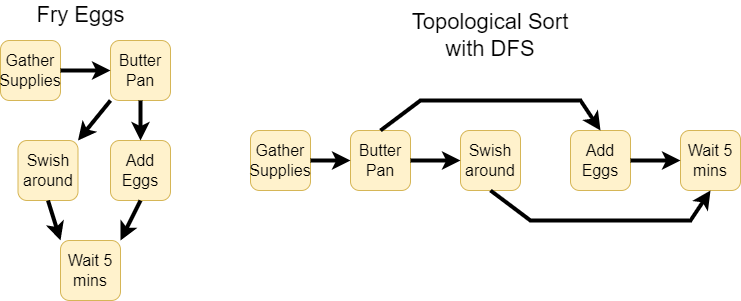
Earlier version of the draw.io export images/DAG.png (azavalny/data-structures-algorithms). Source tidied: cells renumbered, new cells last; positions are measured from the earlier drawing's top-left corner, leaving out a move shared by most shapes. Its diagram source:
```xml
<mxGraphModel>
  <root>
    <mxCell id="0" />
    <mxCell id="1" parent="0" />
    <mxCell id="2" value="&lt;font style=&quot;font-size: 16px;&quot;&gt;Butter Pan&lt;/font&gt;" style="rounded=1;whiteSpace=wrap;html=1;fillColor=#fff2cc;strokeColor=#d6b656;" parent="1" vertex="1">
      <mxGeometry x="110" y="40" width="60" height="60" as="geometry" />
    </mxCell>
    <mxCell id="3" value="&lt;font style=&quot;font-size: 22px;&quot;&gt;Fry Eggs&lt;/font&gt;" style="text;html=1;strokeColor=none;fillColor=none;align=center;verticalAlign=middle;whiteSpace=wrap;rounded=0;" parent="1" vertex="1">
      <mxGeometry x="17.5" width="125" height="30" as="geometry" />
    </mxCell>
    <mxCell id="4" value="&lt;span style=&quot;font-size: 16px;&quot;&gt;Add Eggs&lt;br&gt;&lt;/span&gt;" style="rounded=1;whiteSpace=wrap;html=1;fillColor=#fff2cc;strokeColor=#d6b656;" parent="1" vertex="1">
      <mxGeometry x="110" y="140" width="60" height="60" as="geometry" />
    </mxCell>
    <mxCell id="5" value="&lt;font style=&quot;font-size: 16px;&quot;&gt;Swish around&lt;/font&gt;" style="rounded=1;whiteSpace=wrap;html=1;fillColor=#fff2cc;strokeColor=#d6b656;" parent="1" vertex="1">
      <mxGeometry x="17.5" y="140" width="60" height="60" as="geometry" />
    </mxCell>
    <mxCell id="6" value="&lt;font style=&quot;font-size: 16px;&quot;&gt;Wait 5 mins&lt;/font&gt;" style="rounded=1;whiteSpace=wrap;html=1;fillColor=#fff2cc;strokeColor=#d6b656;" parent="1" vertex="1">
      <mxGeometry x="60" y="240" width="60" height="60" as="geometry" />
    </mxCell>
    <mxCell id="7" value="&lt;font style=&quot;font-size: 16px;&quot;&gt;Gather Supplies&lt;/font&gt;" style="rounded=1;whiteSpace=wrap;html=1;fillColor=#fff2cc;strokeColor=#d6b656;" parent="1" vertex="1">
      <mxGeometry y="40" width="60" height="60" as="geometry" />
    </mxCell>
    <mxCell id="8" style="endArrow=classic;html=1;rounded=0;exitX=0.5;exitY=1;exitDx=0;exitDy=0;entryX=0.5;entryY=0;entryDx=0;entryDy=0;strokeWidth=4;" parent="1" edge="1" source="2" target="4">
      <mxGeometry relative="1" as="geometry" />
    </mxCell>
    <mxCell id="9" style="endArrow=classic;html=1;rounded=0;exitX=1;exitY=0.5;exitDx=0;exitDy=0;strokeWidth=4;entryX=0;entryY=0.5;entryDx=0;entryDy=0;" parent="1" edge="1" source="7" target="2">
      <mxGeometry relative="1" as="geometry" />
    </mxCell>
    <mxCell id="10" style="endArrow=classic;html=1;rounded=0;exitX=0;exitY=1;exitDx=0;exitDy=0;entryX=1;entryY=0;entryDx=0;entryDy=0;strokeWidth=4;" parent="1" edge="1" source="2" target="5">
      <mxGeometry relative="1" as="geometry" />
    </mxCell>
    <mxCell id="11" style="endArrow=classic;html=1;rounded=0;exitX=0.5;exitY=1;exitDx=0;exitDy=0;entryX=1;entryY=0;entryDx=0;entryDy=0;strokeWidth=4;" parent="1" edge="1" source="4" target="6">
      <mxGeometry relative="1" as="geometry" />
    </mxCell>
    <mxCell id="12" style="endArrow=classic;html=1;rounded=0;exitX=0.5;exitY=1;exitDx=0;exitDy=0;entryX=0;entryY=0;entryDx=0;entryDy=0;strokeWidth=4;" parent="1" edge="1" source="5" target="6">
      <mxGeometry relative="1" as="geometry" />
    </mxCell>
    <mxCell id="13" value="&lt;font style=&quot;font-size: 22px;&quot;&gt;Topological Sort&lt;br&gt;with DFS&lt;br&gt;&lt;/font&gt;" style="text;html=1;strokeColor=none;fillColor=none;align=center;verticalAlign=middle;whiteSpace=wrap;rounded=0;" parent="1" vertex="1">
      <mxGeometry x="400" y="20" width="180" height="30" as="geometry" />
    </mxCell>
    <mxCell id="14" value="&lt;font style=&quot;font-size: 16px;&quot;&gt;Butter Pan&lt;/font&gt;" style="rounded=1;whiteSpace=wrap;html=1;fillColor=#fff2cc;strokeColor=#d6b656;" parent="1" vertex="1">
      <mxGeometry x="350" y="130" width="60" height="60" as="geometry" />
    </mxCell>
    <mxCell id="15" value="&lt;span style=&quot;font-size: 16px;&quot;&gt;Add Eggs&lt;br&gt;&lt;/span&gt;" style="rounded=1;whiteSpace=wrap;html=1;fillColor=#fff2cc;strokeColor=#d6b656;" parent="1" vertex="1">
      <mxGeometry x="570" y="130" width="60" height="60" as="geometry" />
    </mxCell>
    <mxCell id="16" value="&lt;font style=&quot;font-size: 16px;&quot;&gt;Swish around&lt;/font&gt;" style="rounded=1;whiteSpace=wrap;html=1;fillColor=#fff2cc;strokeColor=#d6b656;" parent="1" vertex="1">
      <mxGeometry x="460" y="130" width="60" height="60" as="geometry" />
    </mxCell>
    <mxCell id="17" value="&lt;font style=&quot;font-size: 16px;&quot;&gt;Wait 5 mins&lt;/font&gt;" style="rounded=1;whiteSpace=wrap;html=1;fillColor=#fff2cc;strokeColor=#d6b656;" parent="1" vertex="1">
      <mxGeometry x="680" y="130" width="60" height="60" as="geometry" />
    </mxCell>
    <mxCell id="18" value="&lt;font style=&quot;font-size: 16px;&quot;&gt;Gather Supplies&lt;/font&gt;" style="rounded=1;whiteSpace=wrap;html=1;fillColor=#fff2cc;strokeColor=#d6b656;" parent="1" vertex="1">
      <mxGeometry x="250" y="130" width="60" height="60" as="geometry" />
    </mxCell>
    <mxCell id="19" style="endArrow=classic;html=1;rounded=0;exitX=1;exitY=0.5;exitDx=0;exitDy=0;entryX=0;entryY=0.5;entryDx=0;entryDy=0;strokeWidth=4;" parent="1" edge="1" source="18" target="14">
      <mxGeometry relative="1" as="geometry" />
    </mxCell>
    <mxCell id="20" style="endArrow=classic;html=1;rounded=0;exitX=1;exitY=0.5;exitDx=0;exitDy=0;entryX=0;entryY=0.5;entryDx=0;entryDy=0;strokeWidth=4;" parent="1" edge="1" source="14" target="16">
      <mxGeometry relative="1" as="geometry" />
    </mxCell>
    <mxCell id="21" style="endArrow=classic;html=1;rounded=0;exitX=0.5;exitY=0;exitDx=0;exitDy=0;entryX=0.5;entryY=0;entryDx=0;entryDy=0;strokeWidth=4;" parent="1" edge="1" source="14" target="15">
      <mxGeometry relative="1" as="geometry">
        <Array as="points">
          <mxPoint x="420" y="100" />
          <mxPoint x="580" y="100" />
        </Array>
      </mxGeometry>
    </mxCell>
    <mxCell id="22" style="endArrow=classic;html=1;rounded=0;exitX=1;exitY=0.5;exitDx=0;exitDy=0;entryX=0;entryY=0.5;entryDx=0;entryDy=0;strokeWidth=4;" parent="1" edge="1" source="15" target="17">
      <mxGeometry relative="1" as="geometry" />
    </mxCell>
    <mxCell id="23" style="endArrow=classic;html=1;rounded=0;exitX=0.5;exitY=1;exitDx=0;exitDy=0;entryX=0.5;entryY=1;entryDx=0;entryDy=0;strokeWidth=4;" parent="1" edge="1" source="16" target="17">
      <mxGeometry relative="1" as="geometry">
        <Array as="points">
          <mxPoint x="530" y="220" />
          <mxPoint x="690" y="220" />
        </Array>
      </mxGeometry>
    </mxCell>
  </root>
</mxGraphModel>
```
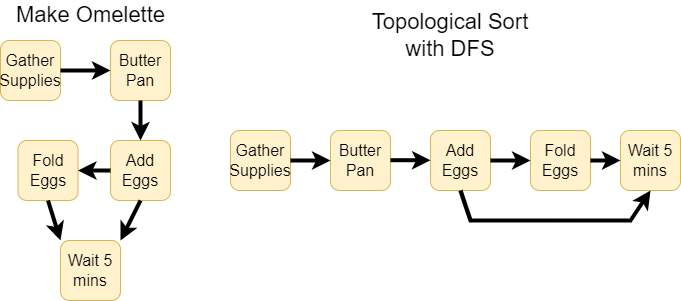
The same diagram one commit later.

Change to the diagram source:
```diff
@@ -5,13 +5,13 @@
     <mxCell id="2" value="&lt;font style=&quot;font-size: 16px;&quot;&gt;Butter Pan&lt;/font&gt;" style="rounded=1;whiteSpace=wrap;html=1;fillColor=#fff2cc;strokeColor=#d6b656;" parent="1" vertex="1">
       <mxGeometry x="110" y="40" width="60" height="60" as="geometry" />
     </mxCell>
-    <mxCell id="3" value="&lt;font style=&quot;font-size: 22px;&quot;&gt;Fry Eggs&lt;/font&gt;" style="text;html=1;strokeColor=none;fillColor=none;align=center;verticalAlign=middle;whiteSpace=wrap;rounded=0;" parent="1" vertex="1">
-      <mxGeometry x="17.5" width="125" height="30" as="geometry" />
+    <mxCell id="3" value="&lt;font style=&quot;font-size: 22px;&quot;&gt;Make Omelette&lt;/font&gt;" style="text;html=1;strokeColor=none;fillColor=none;align=center;verticalAlign=middle;whiteSpace=wrap;rounded=0;" parent="1" vertex="1">
+      <mxGeometry x="13.8" width="152.5" height="30" as="geometry" />
     </mxCell>
     <mxCell id="4" value="&lt;span style=&quot;font-size: 16px;&quot;&gt;Add Eggs&lt;br&gt;&lt;/span&gt;" style="rounded=1;whiteSpace=wrap;html=1;fillColor=#fff2cc;strokeColor=#d6b656;" parent="1" vertex="1">
       <mxGeometry x="110" y="140" width="60" height="60" as="geometry" />
     </mxCell>
-    <mxCell id="5" value="&lt;font style=&quot;font-size: 16px;&quot;&gt;Swish around&lt;/font&gt;" style="rounded=1;whiteSpace=wrap;html=1;fillColor=#fff2cc;strokeColor=#d6b656;" parent="1" vertex="1">
+    <mxCell id="5" value="&lt;font style=&quot;font-size: 16px;&quot;&gt;Fold Eggs&lt;/font&gt;" style="rounded=1;whiteSpace=wrap;html=1;fillColor=#fff2cc;strokeColor=#d6b656;" parent="1" vertex="1">
       <mxGeometry x="17.5" y="140" width="60" height="60" as="geometry" />
     </mxCell>
     <mxCell id="6" value="&lt;font style=&quot;font-size: 16px;&quot;&gt;Wait 5 mins&lt;/font&gt;" style="rounded=1;whiteSpace=wrap;html=1;fillColor=#fff2cc;strokeColor=#d6b656;" parent="1" vertex="1">
@@ -26,9 +26,6 @@
     <mxCell id="9" style="endArrow=classic;html=1;rounded=0;exitX=1;exitY=0.5;exitDx=0;exitDy=0;strokeWidth=4;entryX=0;entryY=0.5;entryDx=0;entryDy=0;" parent="1" edge="1" source="7" target="2">
       <mxGeometry relative="1" as="geometry" />
     </mxCell>
-    <mxCell id="10" style="endArrow=classic;html=1;rounded=0;exitX=0;exitY=1;exitDx=0;exitDy=0;entryX=1;entryY=0;entryDx=0;entryDy=0;strokeWidth=4;" parent="1" edge="1" source="2" target="5">
-      <mxGeometry relative="1" as="geometry" />
-    </mxCell>
     <mxCell id="11" style="endArrow=classic;html=1;rounded=0;exitX=0.5;exitY=1;exitDx=0;exitDy=0;entryX=1;entryY=0;entryDx=0;entryDy=0;strokeWidth=4;" parent="1" edge="1" source="4" target="6">
       <mxGeometry relative="1" as="geometry" />
     </mxCell>
@@ -36,47 +33,50 @@
       <mxGeometry relative="1" as="geometry" />
     </mxCell>
     <mxCell id="13" value="&lt;font style=&quot;font-size: 22px;&quot;&gt;Topological Sort&lt;br&gt;with DFS&lt;br&gt;&lt;/font&gt;" style="text;html=1;strokeColor=none;fillColor=none;align=center;verticalAlign=middle;whiteSpace=wrap;rounded=0;" parent="1" vertex="1">
-      <mxGeometry x="400" y="20" width="180" height="30" as="geometry" />
+      <mxGeometry x="360" y="20" width="180" height="30" as="geometry" />
     </mxCell>
     <mxCell id="14" value="&lt;font style=&quot;font-size: 16px;&quot;&gt;Butter Pan&lt;/font&gt;" style="rounded=1;whiteSpace=wrap;html=1;fillColor=#fff2cc;strokeColor=#d6b656;" parent="1" vertex="1">
-      <mxGeometry x="350" y="130" width="60" height="60" as="geometry" />
+      <mxGeometry x="330" y="130" width="60" height="60" as="geometry" />
     </mxCell>
     <mxCell id="15" value="&lt;span style=&quot;font-size: 16px;&quot;&gt;Add Eggs&lt;br&gt;&lt;/span&gt;" style="rounded=1;whiteSpace=wrap;html=1;fillColor=#fff2cc;strokeColor=#d6b656;" parent="1" vertex="1">
-      <mxGeometry x="570" y="130" width="60" height="60" as="geometry" />
+      <mxGeometry x="430" y="130" width="60" height="60" as="geometry" />
     </mxCell>
-    <mxCell id="16" value="&lt;font style=&quot;font-size: 16px;&quot;&gt;Swish around&lt;/font&gt;" style="rounded=1;whiteSpace=wrap;html=1;fillColor=#fff2cc;strokeColor=#d6b656;" parent="1" vertex="1">
-      <mxGeometry x="460" y="130" width="60" height="60" as="geometry" />
+    <mxCell id="16" value="&lt;font style=&quot;font-size: 16px;&quot;&gt;Fold Eggs&lt;/font&gt;" style="rounded=1;whiteSpace=wrap;html=1;fillColor=#fff2cc;strokeColor=#d6b656;" parent="1" vertex="1">
+      <mxGeometry x="530" y="130" width="60" height="60" as="geometry" />
     </mxCell>
     <mxCell id="17" value="&lt;font style=&quot;font-size: 16px;&quot;&gt;Wait 5 mins&lt;/font&gt;" style="rounded=1;whiteSpace=wrap;html=1;fillColor=#fff2cc;strokeColor=#d6b656;" parent="1" vertex="1">
-      <mxGeometry x="680" y="130" width="60" height="60" as="geometry" />
+      <mxGeometry x="620" y="130" width="60" height="60" as="geometry" />
     </mxCell>
     <mxCell id="18" value="&lt;font style=&quot;font-size: 16px;&quot;&gt;Gather Supplies&lt;/font&gt;" style="rounded=1;whiteSpace=wrap;html=1;fillColor=#fff2cc;strokeColor=#d6b656;" parent="1" vertex="1">
-      <mxGeometry x="250" y="130" width="60" height="60" as="geometry" />
+      <mxGeometry x="230" y="130" width="60" height="60" as="geometry" />
     </mxCell>
     <mxCell id="19" style="endArrow=classic;html=1;rounded=0;exitX=1;exitY=0.5;exitDx=0;exitDy=0;entryX=0;entryY=0.5;entryDx=0;entryDy=0;strokeWidth=4;" parent="1" edge="1" source="18" target="14">
       <mxGeometry relative="1" as="geometry" />
     </mxCell>
-    <mxCell id="20" style="endArrow=classic;html=1;rounded=0;exitX=1;exitY=0.5;exitDx=0;exitDy=0;entryX=0;entryY=0.5;entryDx=0;entryDy=0;strokeWidth=4;" parent="1" edge="1" source="14" target="16">
-      <mxGeometry relative="1" as="geometry" />
-    </mxCell>
-    <mxCell id="21" style="endArrow=classic;html=1;rounded=0;exitX=0.5;exitY=0;exitDx=0;exitDy=0;entryX=0.5;entryY=0;entryDx=0;entryDy=0;strokeWidth=4;" parent="1" edge="1" source="14" target="15">
-      <mxGeometry relative="1" as="geometry">
-        <Array as="points">
-          <mxPoint x="420" y="100" />
-          <mxPoint x="580" y="100" />
-        </Array>
-      </mxGeometry>
-    </mxCell>
+    <mxCell id="24" style="endArrow=classic;html=1;rounded=0;exitX=0;exitY=0.5;exitDx=0;exitDy=0;entryX=1;entryY=0.5;entryDx=0;entryDy=0;strokeWidth=4;" parent="1" edge="1" source="4" target="5">
+      <mxGeometry relative="1" as="geometry" />
+    </mxCell>
+    <mxCell id="25" style="endArrow=classic;html=1;rounded=0;exitX=1;exitY=0.5;exitDx=0;exitDy=0;entryX=0;entryY=0.5;entryDx=0;entryDy=0;strokeWidth=4;" parent="1" edge="1">
+      <mxGeometry relative="1" as="geometry">
+        <mxPoint x="390" y="159.7" as="sourcePoint" />
+        <mxPoint x="430" y="159.7" as="targetPoint" />
+      </mxGeometry>
+    </mxCell>
+    <mxCell id="26" style="endArrow=classic;html=1;rounded=0;exitX=1;exitY=0.5;exitDx=0;exitDy=0;entryX=0;entryY=0.5;entryDx=0;entryDy=0;strokeWidth=4;" parent="1" edge="1" source="15" target="16">
+      <mxGeometry relative="1" as="geometry" />
+    </mxCell>
+    <mxCell id="23" style="endArrow=classic;html=1;rounded=0;exitX=1;exitY=0.5;exitDx=0;exitDy=0;entryX=0;entryY=0.5;entryDx=0;entryDy=0;strokeWidth=4;" parent="1" edge="1" source="16" target="17">
+      <mxGeometry relative="1" as="geometry" />
+    </mxCell>
-    <mxCell id="22" style="endArrow=classic;html=1;rounded=0;exitX=1;exitY=0.5;exitDx=0;exitDy=0;entryX=0;entryY=0.5;entryDx=0;entryDy=0;strokeWidth=4;" parent="1" edge="1" source="15" target="17">
-      <mxGeometry relative="1" as="geometry" />
+    <mxCell id="22" style="endArrow=classic;html=1;rounded=0;exitX=0.5;exitY=1;exitDx=0;exitDy=0;entryX=0.5;entryY=1;entryDx=0;entryDy=0;strokeWidth=4;" parent="1" edge="1" source="15" target="17">
+      <mxGeometry relative="1" as="geometry">
+        <Array as="points">
+          <mxPoint x="470" y="220" />
+          <mxPoint x="500" y="220" />
+          <mxPoint x="600" y="220" />
+          <mxPoint x="630" y="220" />
+        </Array>
+      </mxGeometry>
     </mxCell>
-    <mxCell id="23" style="endArrow=classic;html=1;rounded=0;exitX=0.5;exitY=1;exitDx=0;exitDy=0;entryX=0.5;entryY=1;entryDx=0;entryDy=0;strokeWidth=4;" parent="1" edge="1" source="16" target="17">
-      <mxGeometry relative="1" as="geometry">
-        <Array as="points">
-          <mxPoint x="530" y="220" />
-          <mxPoint x="690" y="220" />
-        </Array>
-      </mxGeometry>
-    </mxCell>
   </root>
 </mxGraphModel>
```
